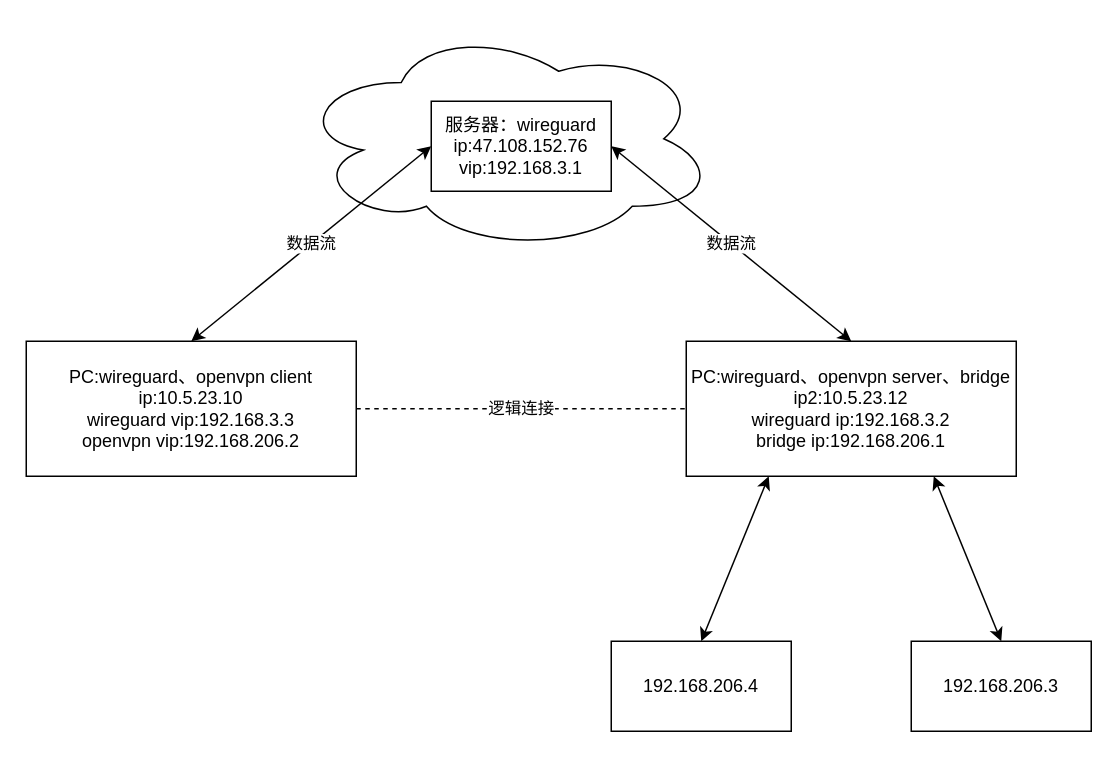
Above: wireguard+openvpn.drawio in huhailong147/Test (draw.io), before the change. Source tidied: cells renumbered, new cells numbered last; positions are measured from the earlier drawing's top-left corner, leaving out a move shared by most shapes. Both pictures are drawn from the tidied source at 150%, with x=0, y=0 at pixel (26, 26).
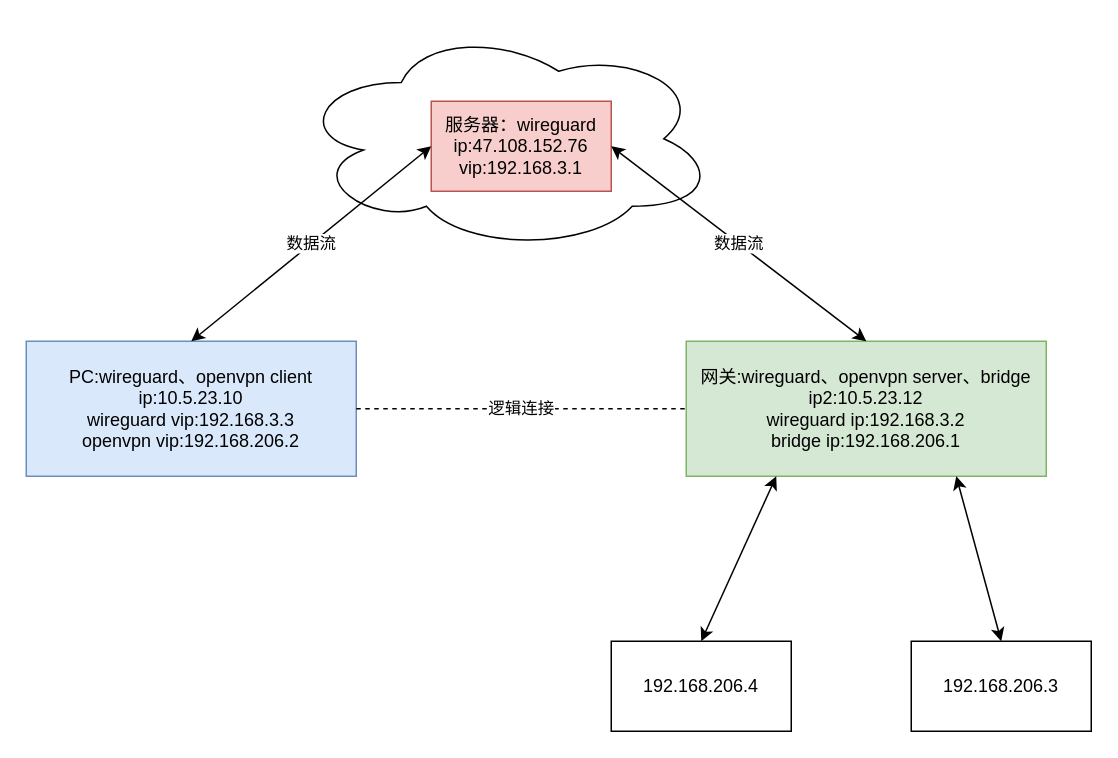
After the change.

The edit, as a diff of the source:
```diff
@@
 <mxGraphModel>
   <root>
     <mxCell id="0" />
     <mxCell id="1" parent="0" />
     <mxCell id="2" style="ellipse;shape=cloud;whiteSpace=wrap;html=1;" parent="1" vertex="1">
       <mxGeometry x="180" width="280" height="150" as="geometry" />
     </mxCell>
-    <mxCell id="3" value="服务器：wireguard&lt;br&gt;ip:47.108.152.76&lt;br&gt;vip:192.168.3.1" style="rounded=0;whiteSpace=wrap;html=1;" parent="1" vertex="1">
+    <mxCell id="3" value="服务器：wireguard&lt;br&gt;ip:47.108.152.76&lt;br&gt;vip:192.168.3.1" style="rounded=0;whiteSpace=wrap;html=1;fillColor=#f8cecc;strokeColor=#b85450;" parent="1" vertex="1">
       <mxGeometry x="270" y="50" width="120" height="60" as="geometry" />
     </mxCell>
-    <mxCell id="4" value="PC:wireguard、openvpn client&lt;br&gt;ip:10.5.23.10&lt;br&gt;wireguard vip:192.168.3.3&lt;br&gt;openvpn vip:192.168.206.2" style="rounded=0;whiteSpace=wrap;html=1;" parent="1" vertex="1">
+    <mxCell id="4" value="PC:wireguard、openvpn client&lt;br&gt;ip:10.5.23.10&lt;br&gt;wireguard vip:192.168.3.3&lt;br&gt;openvpn vip:192.168.206.2" style="rounded=0;whiteSpace=wrap;html=1;fillColor=#dae8fc;strokeColor=#6c8ebf;" parent="1" vertex="1">
       <mxGeometry y="210" width="220" height="90" as="geometry" />
     </mxCell>
-    <mxCell id="5" value="PC:wireguard、openvpn server、bridge&lt;br&gt;ip2:10.5.23.12&lt;br&gt;wireguard ip:192.168.3.2&lt;br&gt;bridge ip:192.168.206.1" style="rounded=0;whiteSpace=wrap;html=1;" parent="1" vertex="1">
-      <mxGeometry x="440" y="210" width="220" height="90" as="geometry" />
+    <mxCell id="5" value="网关:wireguard、openvpn server、bridge&lt;br&gt;ip2:10.5.23.12&lt;br&gt;wireguard ip:192.168.3.2&lt;br&gt;bridge ip:192.168.206.1" style="rounded=0;whiteSpace=wrap;html=1;fillColor=#d5e8d4;strokeColor=#82b366;" parent="1" vertex="1">
+      <mxGeometry x="440" y="210" width="240" height="90" as="geometry" />
     </mxCell>
     <mxCell id="6" value="数据流" style="endArrow=classic;startArrow=classic;html=1;entryX=0;entryY=0.5;entryDx=0;entryDy=0;exitX=0.5;exitY=0;exitDx=0;exitDy=0;" parent="1" edge="1" source="4" target="3">
       <mxGeometry relative="1" as="geometry" />
     </mxCell>
     <mxCell id="7" value="数据流" style="endArrow=classic;startArrow=classic;html=1;exitX=1;exitY=0.5;exitDx=0;exitDy=0;entryX=0.5;entryY=0;entryDx=0;entryDy=0;" parent="1" edge="1" source="3" target="5">
       <mxGeometry relative="1" as="geometry" />
     </mxCell>
     <mxCell id="8" value="逻辑连接" style="endArrow=none;dashed=1;html=1;entryX=0;entryY=0.5;entryDx=0;entryDy=0;exitX=1;exitY=0.5;exitDx=0;exitDy=0;" parent="1" edge="1" source="4" target="5">
       <mxGeometry relative="1" as="geometry" />
     </mxCell>
     <mxCell id="9" value="192.168.206.4" style="rounded=0;whiteSpace=wrap;html=1;" parent="1" vertex="1">
       <mxGeometry x="390" y="410" width="120" height="60" as="geometry" />
     </mxCell>
     <mxCell id="10" value="192.168.206.3" style="rounded=0;whiteSpace=wrap;html=1;" parent="1" vertex="1">
       <mxGeometry x="590" y="410" width="120" height="60" as="geometry" />
     </mxCell>
     <mxCell id="11" style="endArrow=classic;startArrow=classic;html=1;entryX=0.25;entryY=1;entryDx=0;entryDy=0;exitX=0.5;exitY=0;exitDx=0;exitDy=0;" parent="1" edge="1" source="9" target="5">
       <mxGeometry relative="1" as="geometry" />
     </mxCell>
     <mxCell id="12" style="endArrow=classic;startArrow=classic;html=1;entryX=0.75;entryY=1;entryDx=0;entryDy=0;exitX=0.5;exitY=0;exitDx=0;exitDy=0;" parent="1" edge="1" source="10" target="5">
       <mxGeometry relative="1" as="geometry" />
     </mxCell>
   </root>
 </mxGraphModel>
```
